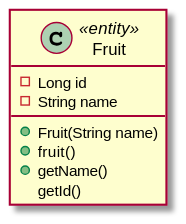
Above: documentation/CD/CD.svg in EmmanuelJanssens/AMT_2021 (PlantUML), before the change.
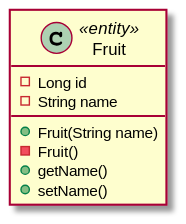
Above is the later version.

What changed in the source:
```diff
@@ -4,9 +4,9 @@
 -Long id
 -String name
 +Fruit(String name)
-+fruit()
+-Fruit()
 +getName()
-getId()
++setName()
 
 }
 @enduml
```
